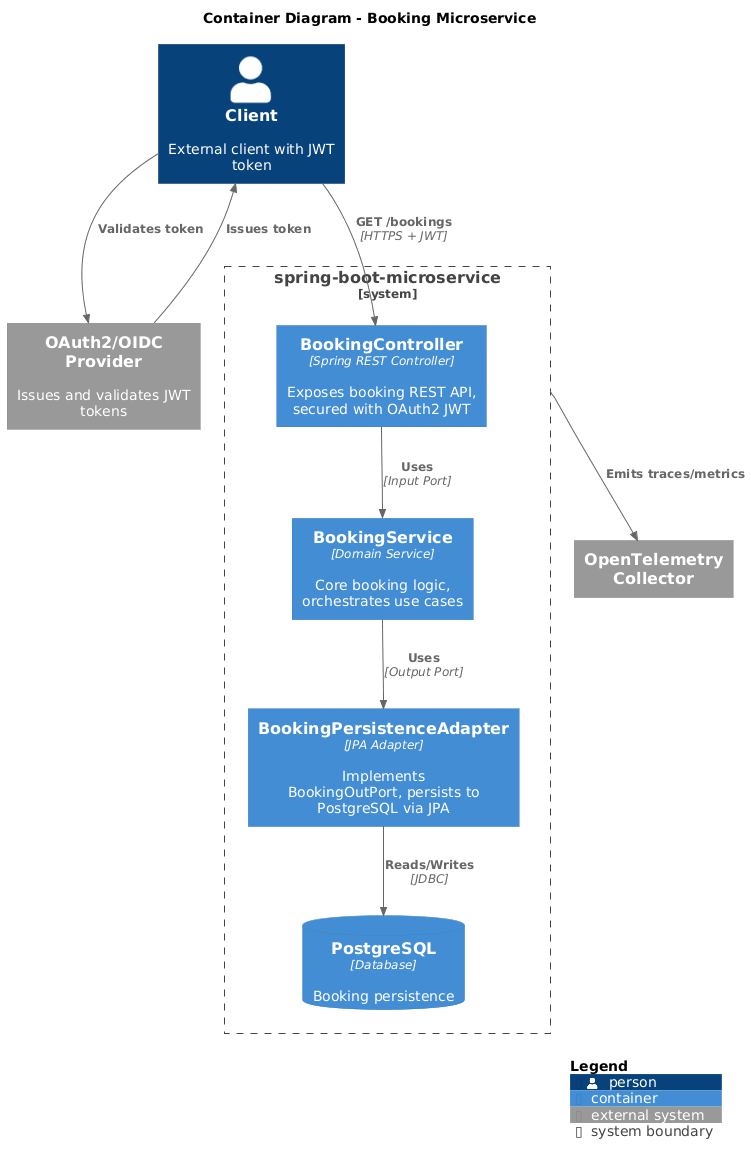
Earlier version of the PlantUML export docs/architecture.png (trettstadt/spring-boot-microservice). Its diagram source:
```plantuml
@startuml
!include <C4/C4_Container>

LAYOUT_WITH_LEGEND()

title Container Diagram - Booking Microservice

Person(client, "Client", "External client with JWT token")

System_Boundary(microservice, "spring-boot-microservice") {
    Container(bookingController, "BookingController", "Spring REST Controller", "Exposes booking REST API, secured with OAuth2 JWT")
    Container(bookingService, "BookingService", "Domain Service", "Core booking logic, orchestrates use cases")
    Container(bookingPersistenceAdapter, "BookingPersistenceAdapter", "JPA Adapter", "Implements BookingOutPort, persists to PostgreSQL via JPA")

    ContainerDb(postgres, "PostgreSQL", "Database", "Booking persistence")
}

System_Ext(oauthProvider, "OAuth2/OIDC Provider", "Issues and validates JWT tokens")
System_Ext(collector, "OpenTelemetry Collector")

Rel(client, bookingController, "GET /bookings", "HTTPS + JWT")
Rel(bookingController, bookingService, "Uses", "Input Port")
Rel(bookingService, bookingPersistenceAdapter, "Uses", "Output Port")
Rel(bookingPersistenceAdapter, postgres, "Reads/Writes", "JDBC")

Rel(oauthProvider, client, "Issues token")
Rel(client, oauthProvider, "Validates token")

Rel(microservice, collector, "Emits traces/metrics")

SHOW_LEGEND()
@enduml
```
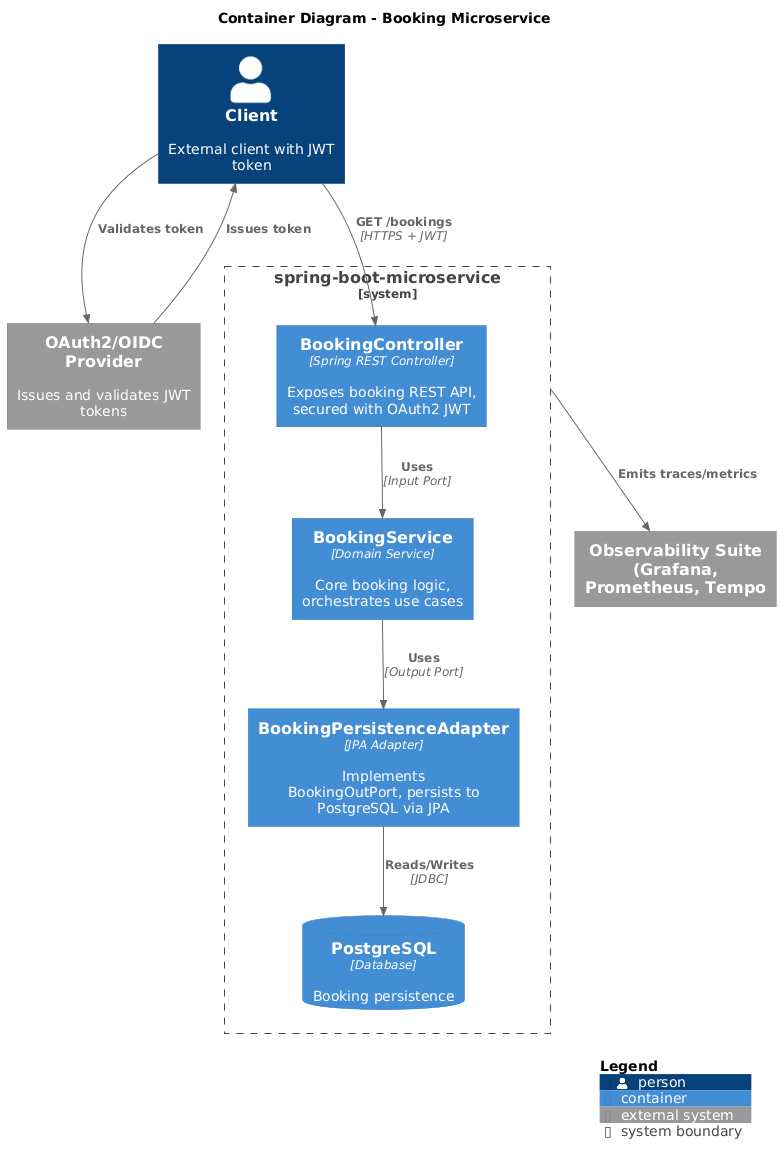
Above is the later version.

Commit message:
regenerated architecture images

Diff of the diagram source:
```diff
@@ -16,7 +16,7 @@
 }
 
 System_Ext(oauthProvider, "OAuth2/OIDC Provider", "Issues and validates JWT tokens")
-System_Ext(collector, "OpenTelemetry Collector")
+System_Ext(collector, "Observability Suite (Grafana, Prometheus, Tempo")
 
 Rel(client, bookingController, "GET /bookings", "HTTPS + JWT")
 Rel(bookingController, bookingService, "Uses", "Input Port")
```
